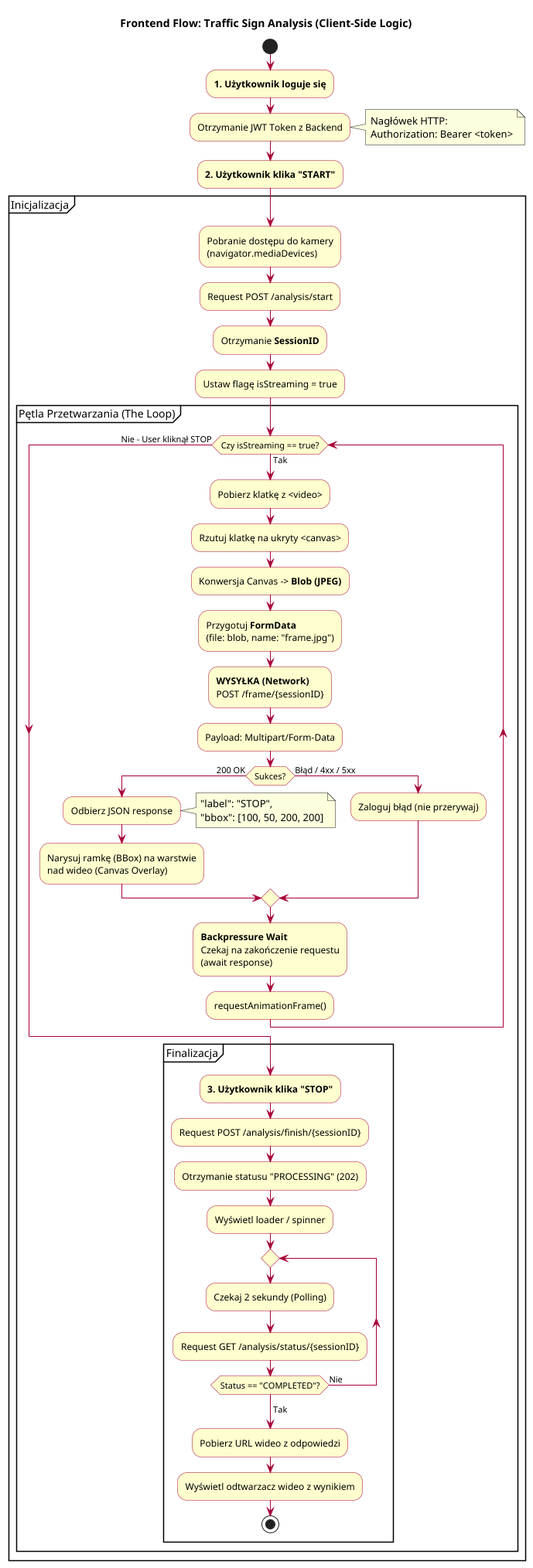
The PlantUML diagram docs/flows/frontend_flow.png in Matiar15/engin33ring-thesis, before a commit.
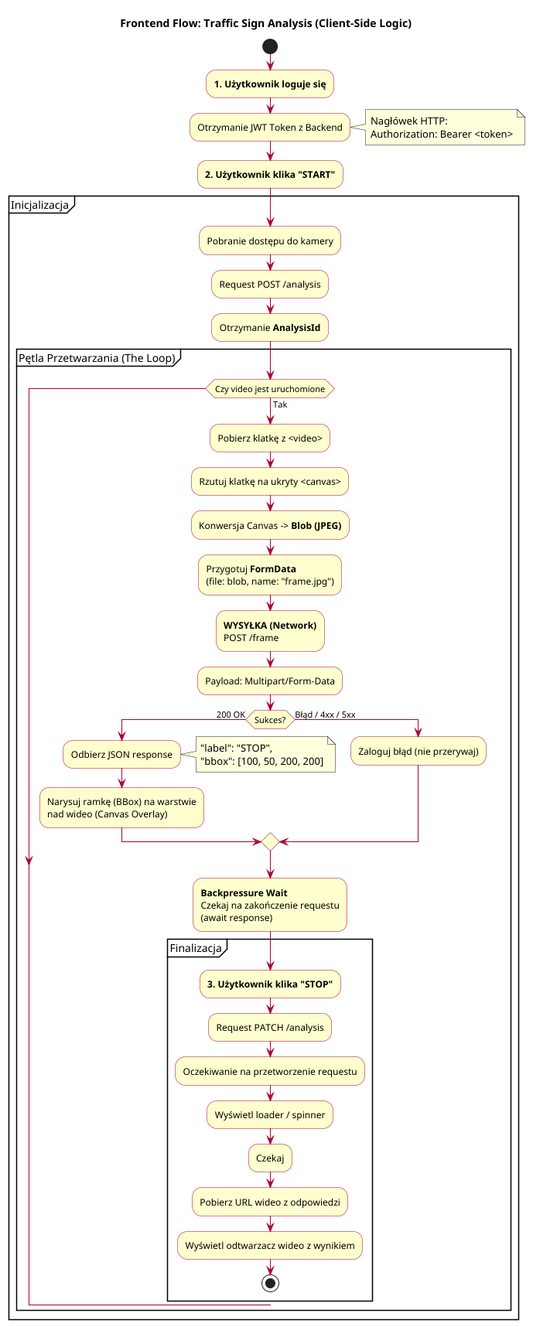
Later version of the same file.

The edit, as a diff of the source:
```diff
@@ -18,14 +18,13 @@
 :<b>2. Użytkownik klika "START"</b>;
 
 partition "Inicjalizacja"
-  :Pobranie dostępu do kamery\n(navigator.mediaDevices);
-  :Request POST /analysis/start;
-  :Otrzymanie **SessionID**;
-  :Ustaw flagę isStreaming = true;
+  :Pobranie dostępu do kamery;
+  :Request POST /analysis;
+  :Otrzymanie **AnalysisId**;
 
 
 partition "Pętla Przetwarzania (The Loop)"
-  while (Czy isStreaming == true?) is (Tak)
+  while (Czy video jest uruchomione) is (Tak)
     :Pobierz klatkę z <video>;
     :Rzutuj klatkę na ukryty <canvas>;
 
@@ -34,7 +33,7 @@
     :Przygotuj **FormData**\n(file: blob, name: "frame.jpg");
 
     :<b>WYSYŁKA (Network)</b>
-    POST /frame/{sessionID};
+    POST /frame;
     :Payload: Multipart/Form-Data;
 
     if (Sukces?) then (200 OK)
@@ -53,22 +52,13 @@
     Czekaj na zakończenie requestu
     (await response);
 
-    :requestAnimationFrame();
-  endwhile (Nie - User kliknął STOP)
-
-
 partition "Finalizacja"
   :<b>3. Użytkownik klika "STOP"</b>;
-  :Request POST /analysis/finish/{sessionID};
-  :Otrzymanie statusu "PROCESSING" (202);
+  :Request PATCH /analysis;
+  :Oczekiwanie na przetworzenie requestu;
 
   :Wyświetl loader / spinner;
-
-  repeat
-    :Czekaj 2 sekundy (Polling);
-    :Request GET /analysis/status/{sessionID};
-  repeat while (Status == "COMPLETED"?) is (Nie)
-  ->Tak;
+  :Czekaj;
 
   :Pobierz URL wideo z odpowiedzi;
   :Wyświetl odtwarzacz wideo z wynikiem;
```
